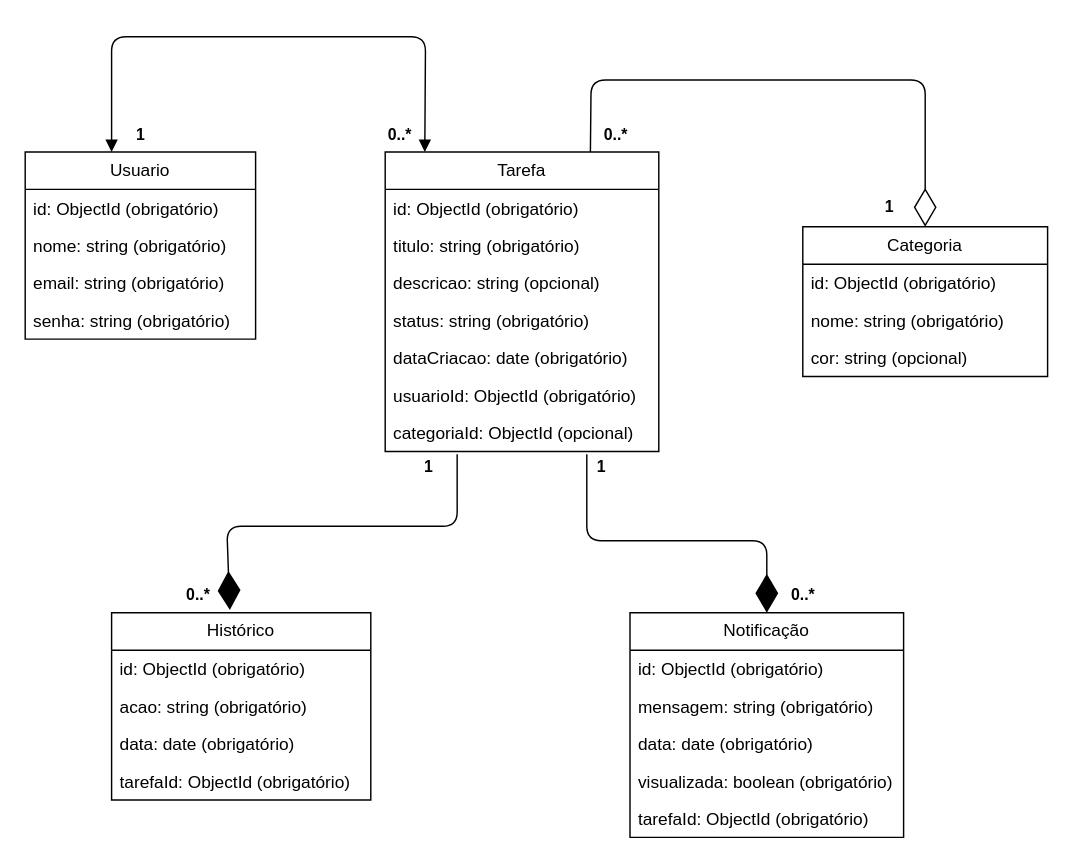
Earlier version of the draw.io diagram docs/NoAM.drawio (FatecFranca/DSM-P3-G08-2026-1). Source tidied: cells renumbered, new cells numbered last; positions are measured from the earlier drawing's top-left corner, leaving out a move shared by most shapes. Both pictures are drawn from the tidied source at 144%, with x=0, y=0 at pixel (24, 36).
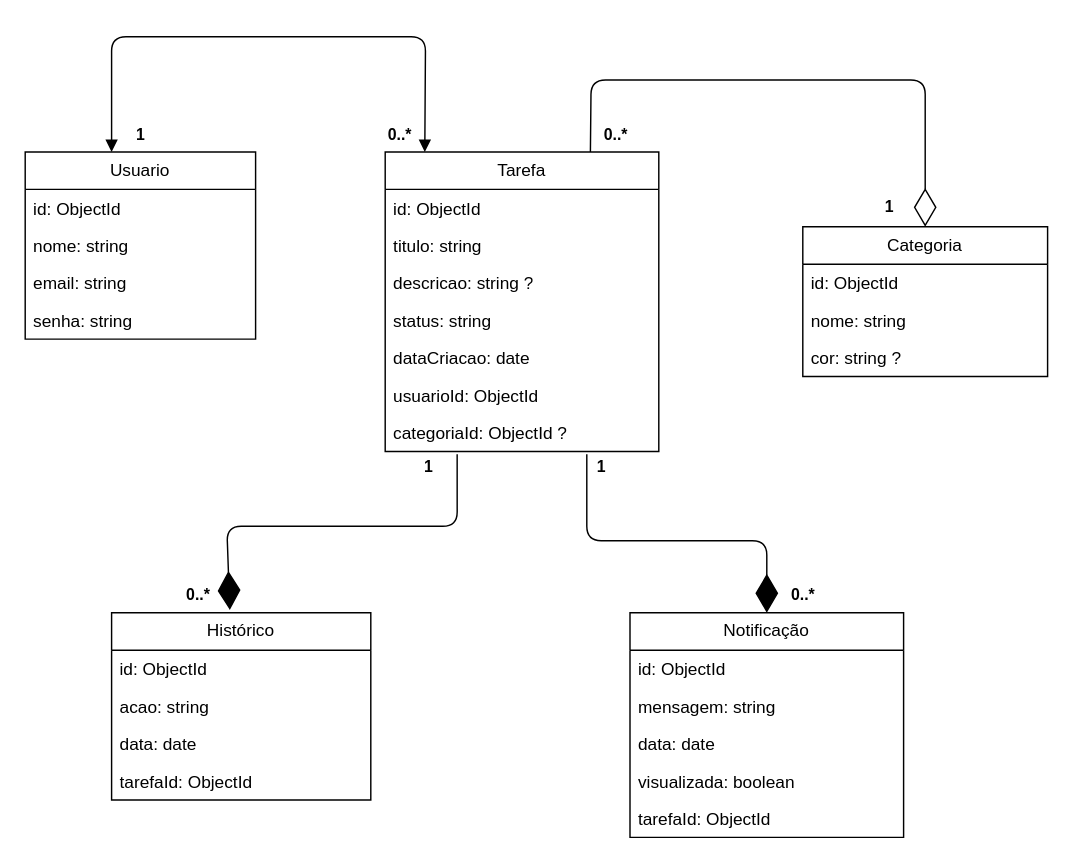
The same page after the edit.

The change refers to these unchanged cells:
```xml
<mxCell id="2" value="Usuario" style="swimlane;fontStyle=0;horizontal=1;startSize=26;fillColor=none;whiteSpace=wrap;html=1;" parent="1" vertex="1">
  <mxGeometry y="80" width="160" height="130" as="geometry" />
</mxCell>
<mxCell id="7" value="Tarefa" style="swimlane;fontStyle=0;horizontal=1;startSize=26;fillColor=none;whiteSpace=wrap;html=1;" parent="1" vertex="1">
  <mxGeometry x="250" y="80" width="190" height="208" as="geometry" />
</mxCell>
<mxCell id="15" value="Categoria" style="swimlane;fontStyle=0;horizontal=1;startSize=26;fillColor=none;whiteSpace=wrap;html=1;" parent="1" vertex="1">
  <mxGeometry x="540" y="132" width="170" height="104" as="geometry" />
</mxCell>
<mxCell id="19" value="Notificação" style="swimlane;fontStyle=0;horizontal=1;startSize=26;fillColor=none;whiteSpace=wrap;html=1;" parent="1" vertex="1">
  <mxGeometry x="420" y="400" width="190" height="156" as="geometry" />
</mxCell>
<mxCell id="25" value="Histórico" style="swimlane;fontStyle=0;horizontal=1;startSize=26;fillColor=none;whiteSpace=wrap;html=1;" parent="1" vertex="1">
  <mxGeometry x="60" y="400" width="180" height="130" as="geometry" />
</mxCell>
```

The edit, as a diff of the source:
```diff
@@
-    <mxCell id="3" value="id: ObjectId (obrigatório)" style="text;strokeColor=none;fillColor=none;align=left;verticalAlign=top;spacingLeft=4;spacingRight=4;overflow=hidden;whiteSpace=wrap;html=1;" parent="2" vertex="1">
+    <mxCell id="3" value="id: ObjectId&amp;nbsp;" style="text;strokeColor=none;fillColor=none;align=left;verticalAlign=top;spacingLeft=4;spacingRight=4;overflow=hidden;whiteSpace=wrap;html=1;" parent="2" vertex="1">
       <mxGeometry y="26" width="160" height="26" as="geometry" />
     </mxCell>
-    <mxCell id="4" value="nome: string (obrigatório)" style="text;strokeColor=none;fillColor=none;align=left;verticalAlign=top;spacingLeft=4;spacingRight=4;overflow=hidden;whiteSpace=wrap;html=1;" parent="2" vertex="1">
+    <mxCell id="4" value="nome: string&amp;nbsp;" style="text;strokeColor=none;fillColor=none;align=left;verticalAlign=top;spacingLeft=4;spacingRight=4;overflow=hidden;whiteSpace=wrap;html=1;" parent="2" vertex="1">
       <mxGeometry y="52" width="160" height="26" as="geometry" />
     </mxCell>
-    <mxCell id="5" value="email: string (obrigatório)" style="text;strokeColor=none;fillColor=none;align=left;verticalAlign=top;spacingLeft=4;spacingRight=4;overflow=hidden;whiteSpace=wrap;html=1;" parent="2" vertex="1">
+    <mxCell id="5" value="email: string&amp;nbsp;" style="text;strokeColor=none;fillColor=none;align=left;verticalAlign=top;spacingLeft=4;spacingRight=4;overflow=hidden;whiteSpace=wrap;html=1;" parent="2" vertex="1">
       <mxGeometry y="78" width="160" height="26" as="geometry" />
     </mxCell>
-    <mxCell id="6" value="senha: string (obrigatório)" style="text;strokeColor=none;fillColor=none;align=left;verticalAlign=top;spacingLeft=4;spacingRight=4;overflow=hidden;whiteSpace=wrap;html=1;" parent="2" vertex="1">
+    <mxCell id="6" value="senha: string" style="text;strokeColor=none;fillColor=none;align=left;verticalAlign=top;spacingLeft=4;spacingRight=4;overflow=hidden;whiteSpace=wrap;html=1;" parent="2" vertex="1">
       <mxGeometry y="104" width="160" height="26" as="geometry" />
     </mxCell>
@@
-    <mxCell id="8" value="id: ObjectId (obrigatório)" style="text;strokeColor=none;fillColor=none;align=left;verticalAlign=top;spacingLeft=4;spacingRight=4;overflow=hidden;whiteSpace=wrap;html=1;" parent="7" vertex="1">
+    <mxCell id="8" value="id: ObjectId&amp;nbsp;" style="text;strokeColor=none;fillColor=none;align=left;verticalAlign=top;spacingLeft=4;spacingRight=4;overflow=hidden;whiteSpace=wrap;html=1;" parent="7" vertex="1">
       <mxGeometry y="26" width="190" height="26" as="geometry" />
     </mxCell>
-    <mxCell id="9" value="titulo: string (obrigatório)" style="text;strokeColor=none;fillColor=none;align=left;verticalAlign=top;spacingLeft=4;spacingRight=4;overflow=hidden;whiteSpace=wrap;html=1;" parent="7" vertex="1">
+    <mxCell id="9" value="titulo: string&amp;nbsp;" style="text;strokeColor=none;fillColor=none;align=left;verticalAlign=top;spacingLeft=4;spacingRight=4;overflow=hidden;whiteSpace=wrap;html=1;" parent="7" vertex="1">
       <mxGeometry y="52" width="190" height="26" as="geometry" />
     </mxCell>
-    <mxCell id="10" value="descricao: string (opcional)" style="text;strokeColor=none;fillColor=none;align=left;verticalAlign=top;spacingLeft=4;spacingRight=4;overflow=hidden;whiteSpace=wrap;html=1;" parent="7" vertex="1">
+    <mxCell id="10" value="descricao: string ?" style="text;strokeColor=none;fillColor=none;align=left;verticalAlign=top;spacingLeft=4;spacingRight=4;overflow=hidden;whiteSpace=wrap;html=1;" parent="7" vertex="1">
       <mxGeometry y="78" width="190" height="26" as="geometry" />
     </mxCell>
-    <mxCell id="11" value="status: string (obrigatório)" style="text;strokeColor=none;fillColor=none;align=left;verticalAlign=top;spacingLeft=4;spacingRight=4;overflow=hidden;whiteSpace=wrap;html=1;" parent="7" vertex="1">
+    <mxCell id="11" value="status: string&amp;nbsp;" style="text;strokeColor=none;fillColor=none;align=left;verticalAlign=top;spacingLeft=4;spacingRight=4;overflow=hidden;whiteSpace=wrap;html=1;" parent="7" vertex="1">
       <mxGeometry y="104" width="190" height="26" as="geometry" />
     </mxCell>
-    <mxCell id="12" value="dataCriacao: date (obrigatório)" style="text;strokeColor=none;fillColor=none;align=left;verticalAlign=top;spacingLeft=4;spacingRight=4;overflow=hidden;whiteSpace=wrap;html=1;" parent="7" vertex="1">
+    <mxCell id="12" value="dataCriacao: date&amp;nbsp;" style="text;strokeColor=none;fillColor=none;align=left;verticalAlign=top;spacingLeft=4;spacingRight=4;overflow=hidden;whiteSpace=wrap;html=1;" parent="7" vertex="1">
       <mxGeometry y="130" width="190" height="26" as="geometry" />
     </mxCell>
-    <mxCell id="13" value="usuarioId: ObjectId (obrigatório)" style="text;strokeColor=none;fillColor=none;align=left;verticalAlign=top;spacingLeft=4;spacingRight=4;overflow=hidden;whiteSpace=wrap;html=1;" parent="7" vertex="1">
+    <mxCell id="13" value="usuarioId: ObjectId&amp;nbsp;" style="text;strokeColor=none;fillColor=none;align=left;verticalAlign=top;spacingLeft=4;spacingRight=4;overflow=hidden;whiteSpace=wrap;html=1;" parent="7" vertex="1">
       <mxGeometry y="156" width="190" height="26" as="geometry" />
     </mxCell>
-    <mxCell id="14" value="categoriaId: ObjectId (opcional)" style="text;strokeColor=none;fillColor=none;align=left;verticalAlign=top;spacingLeft=4;spacingRight=4;overflow=hidden;points=[[0,0.5],[1,0.5]];portConstraint=eastwest;whiteSpace=wrap;html=1;" parent="7" vertex="1">
+    <mxCell id="14" value="categoriaId: ObjectId ?" style="text;strokeColor=none;fillColor=none;align=left;verticalAlign=top;spacingLeft=4;spacingRight=4;overflow=hidden;points=[[0,0.5],[1,0.5]];portConstraint=eastwest;whiteSpace=wrap;html=1;" parent="7" vertex="1">
       <mxGeometry y="182" width="190" height="26" as="geometry" />
     </mxCell>
@@
-    <mxCell id="16" value="id: ObjectId (obrigatório)" style="text;strokeColor=none;fillColor=none;align=left;verticalAlign=top;spacingLeft=4;spacingRight=4;overflow=hidden;whiteSpace=wrap;html=1;" parent="15" vertex="1">
+    <mxCell id="16" value="id: ObjectId&amp;nbsp;" style="text;strokeColor=none;fillColor=none;align=left;verticalAlign=top;spacingLeft=4;spacingRight=4;overflow=hidden;whiteSpace=wrap;html=1;" parent="15" vertex="1">
       <mxGeometry y="26" width="170" height="26" as="geometry" />
     </mxCell>
-    <mxCell id="17" value="nome: string (obrigatório)" style="text;strokeColor=none;fillColor=none;align=left;verticalAlign=top;spacingLeft=4;spacingRight=4;overflow=hidden;whiteSpace=wrap;html=1;" parent="15" vertex="1">
+    <mxCell id="17" value="nome: string&amp;nbsp;" style="text;strokeColor=none;fillColor=none;align=left;verticalAlign=top;spacingLeft=4;spacingRight=4;overflow=hidden;whiteSpace=wrap;html=1;" parent="15" vertex="1">
       <mxGeometry y="52" width="170" height="26" as="geometry" />
     </mxCell>
-    <mxCell id="18" value="cor: string (opcional)" style="text;strokeColor=none;fillColor=none;align=left;verticalAlign=top;spacingLeft=4;spacingRight=4;overflow=hidden;whiteSpace=wrap;html=1;" parent="15" vertex="1">
+    <mxCell id="18" value="cor: string ?" style="text;strokeColor=none;fillColor=none;align=left;verticalAlign=top;spacingLeft=4;spacingRight=4;overflow=hidden;whiteSpace=wrap;html=1;" parent="15" vertex="1">
       <mxGeometry y="78" width="170" height="26" as="geometry" />
     </mxCell>
@@
-    <mxCell id="20" value="id: ObjectId (obrigatório)" style="text;strokeColor=none;fillColor=none;align=left;verticalAlign=top;spacingLeft=4;spacingRight=4;overflow=hidden;whiteSpace=wrap;html=1;" parent="19" vertex="1">
+    <mxCell id="20" value="id: ObjectId&amp;nbsp;" style="text;strokeColor=none;fillColor=none;align=left;verticalAlign=top;spacingLeft=4;spacingRight=4;overflow=hidden;whiteSpace=wrap;html=1;" parent="19" vertex="1">
       <mxGeometry y="26" width="190" height="26" as="geometry" />
     </mxCell>
-    <mxCell id="21" value="mensagem: string (obrigatório)" style="text;strokeColor=none;fillColor=none;align=left;verticalAlign=top;spacingLeft=4;spacingRight=4;overflow=hidden;whiteSpace=wrap;html=1;" parent="19" vertex="1">
+    <mxCell id="21" value="mensagem: string&amp;nbsp;" style="text;strokeColor=none;fillColor=none;align=left;verticalAlign=top;spacingLeft=4;spacingRight=4;overflow=hidden;whiteSpace=wrap;html=1;" parent="19" vertex="1">
       <mxGeometry y="52" width="190" height="26" as="geometry" />
     </mxCell>
-    <mxCell id="22" value="data: date (obrigatório)" style="text;strokeColor=none;fillColor=none;align=left;verticalAlign=top;spacingLeft=4;spacingRight=4;overflow=hidden;whiteSpace=wrap;html=1;" parent="19" vertex="1">
+    <mxCell id="22" value="data: date&amp;nbsp;" style="text;strokeColor=none;fillColor=none;align=left;verticalAlign=top;spacingLeft=4;spacingRight=4;overflow=hidden;whiteSpace=wrap;html=1;" parent="19" vertex="1">
       <mxGeometry y="78" width="190" height="26" as="geometry" />
     </mxCell>
-    <mxCell id="23" value="visualizada: boolean (obrigatório)" style="text;strokeColor=none;fillColor=none;align=left;verticalAlign=top;spacingLeft=4;spacingRight=4;overflow=hidden;whiteSpace=wrap;html=1;" parent="19" vertex="1">
+    <mxCell id="23" value="visualizada: boolean&amp;nbsp;" style="text;strokeColor=none;fillColor=none;align=left;verticalAlign=top;spacingLeft=4;spacingRight=4;overflow=hidden;whiteSpace=wrap;html=1;" parent="19" vertex="1">
       <mxGeometry y="104" width="190" height="26" as="geometry" />
     </mxCell>
-    <mxCell id="24" value="tarefaId: ObjectId (obrigatório)" style="text;strokeColor=none;fillColor=none;align=left;verticalAlign=top;spacingLeft=4;spacingRight=4;overflow=hidden;whiteSpace=wrap;html=1;" parent="19" vertex="1">
+    <mxCell id="24" value="tarefaId: ObjectId&amp;nbsp;" style="text;strokeColor=none;fillColor=none;align=left;verticalAlign=top;spacingLeft=4;spacingRight=4;overflow=hidden;whiteSpace=wrap;html=1;" parent="19" vertex="1">
       <mxGeometry y="130" width="190" height="26" as="geometry" />
     </mxCell>
@@
-    <mxCell id="26" value="id: ObjectId (obrigatório)" style="text;strokeColor=none;fillColor=none;align=left;verticalAlign=top;spacingLeft=4;spacingRight=4;overflow=hidden;whiteSpace=wrap;html=1;" parent="25" vertex="1">
+    <mxCell id="26" value="id: ObjectId&amp;nbsp;" style="text;strokeColor=none;fillColor=none;align=left;verticalAlign=top;spacingLeft=4;spacingRight=4;overflow=hidden;whiteSpace=wrap;html=1;" parent="25" vertex="1">
       <mxGeometry y="26" width="180" height="26" as="geometry" />
     </mxCell>
-    <mxCell id="27" value="acao: string (obrigatório)" style="text;strokeColor=none;fillColor=none;align=left;verticalAlign=top;spacingLeft=4;spacingRight=4;overflow=hidden;whiteSpace=wrap;html=1;" parent="25" vertex="1">
+    <mxCell id="27" value="acao: string&amp;nbsp;" style="text;strokeColor=none;fillColor=none;align=left;verticalAlign=top;spacingLeft=4;spacingRight=4;overflow=hidden;whiteSpace=wrap;html=1;" parent="25" vertex="1">
       <mxGeometry y="52" width="180" height="26" as="geometry" />
     </mxCell>
-    <mxCell id="28" value="data: date (obrigatório)" style="text;strokeColor=none;fillColor=none;align=left;verticalAlign=top;spacingLeft=4;spacingRight=4;overflow=hidden;whiteSpace=wrap;html=1;" parent="25" vertex="1">
+    <mxCell id="28" value="data: date&amp;nbsp;" style="text;strokeColor=none;fillColor=none;align=left;verticalAlign=top;spacingLeft=4;spacingRight=4;overflow=hidden;whiteSpace=wrap;html=1;" parent="25" vertex="1">
       <mxGeometry y="78" width="180" height="26" as="geometry" />
     </mxCell>
-    <mxCell id="29" value="tarefaId: ObjectId (obrigatório)" style="text;strokeColor=none;fillColor=none;align=left;verticalAlign=top;spacingLeft=4;spacingRight=4;overflow=hidden;whiteSpace=wrap;html=1;" parent="25" vertex="1">
+    <mxCell id="29" value="tarefaId: ObjectId" style="text;strokeColor=none;fillColor=none;align=left;verticalAlign=top;spacingLeft=4;spacingRight=4;overflow=hidden;whiteSpace=wrap;html=1;" parent="25" vertex="1">
       <mxGeometry y="104" width="180" height="26" as="geometry" />
     </mxCell>
```
